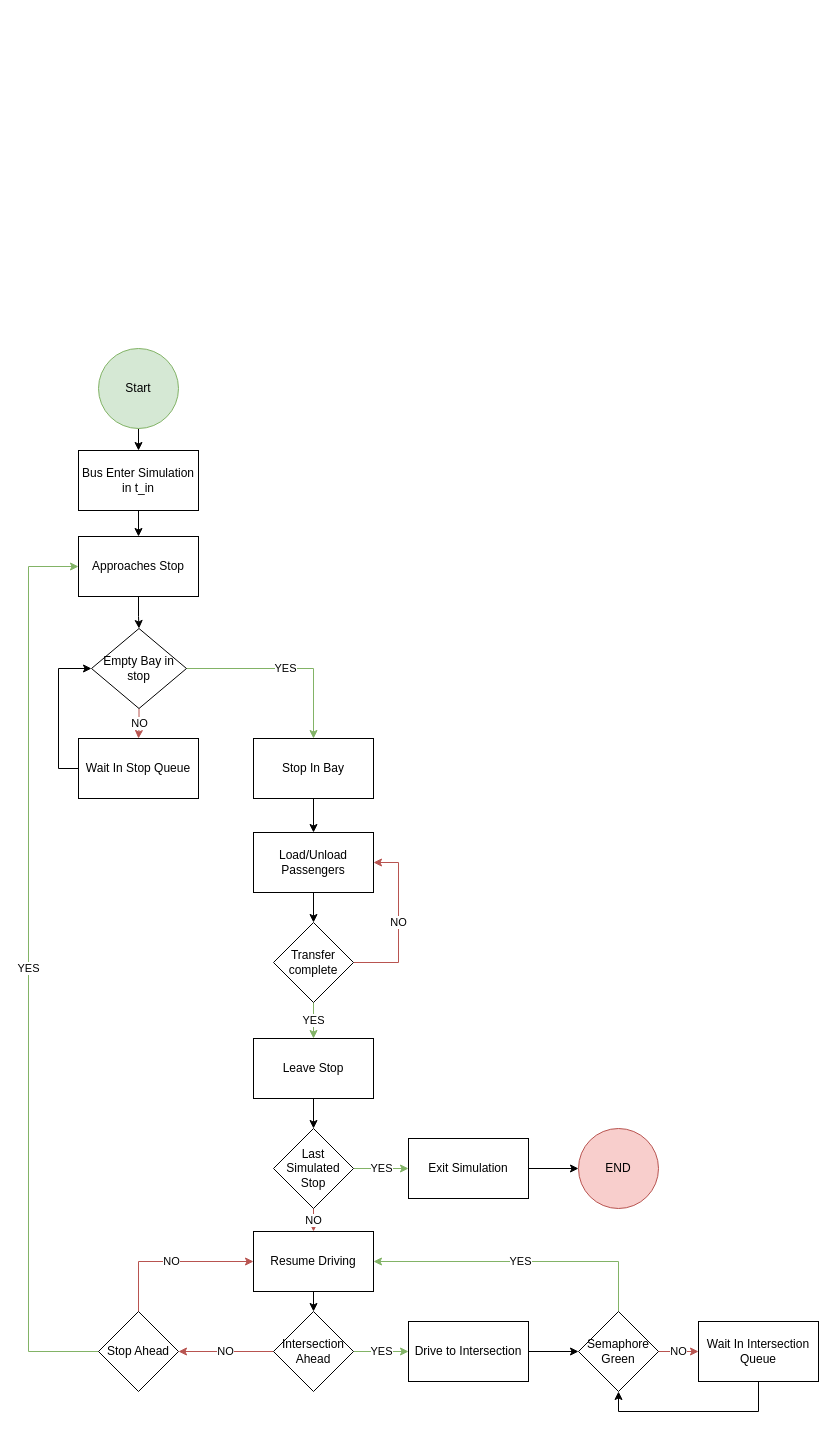
This is page "Flowchart (Bus)" (3 of 6) of Diagrams.drawio from SebastianGonzalezRP/SimVex, a draw.io file, before an edit. Source tidied: cells renumbered, new cells numbered last; positions are measured from the earlier drawing's top-left corner, leaving out a move shared by most shapes. Both pictures are drawn from the tidied source at 100%, with x=0, y=0 at pixel (28, 348).
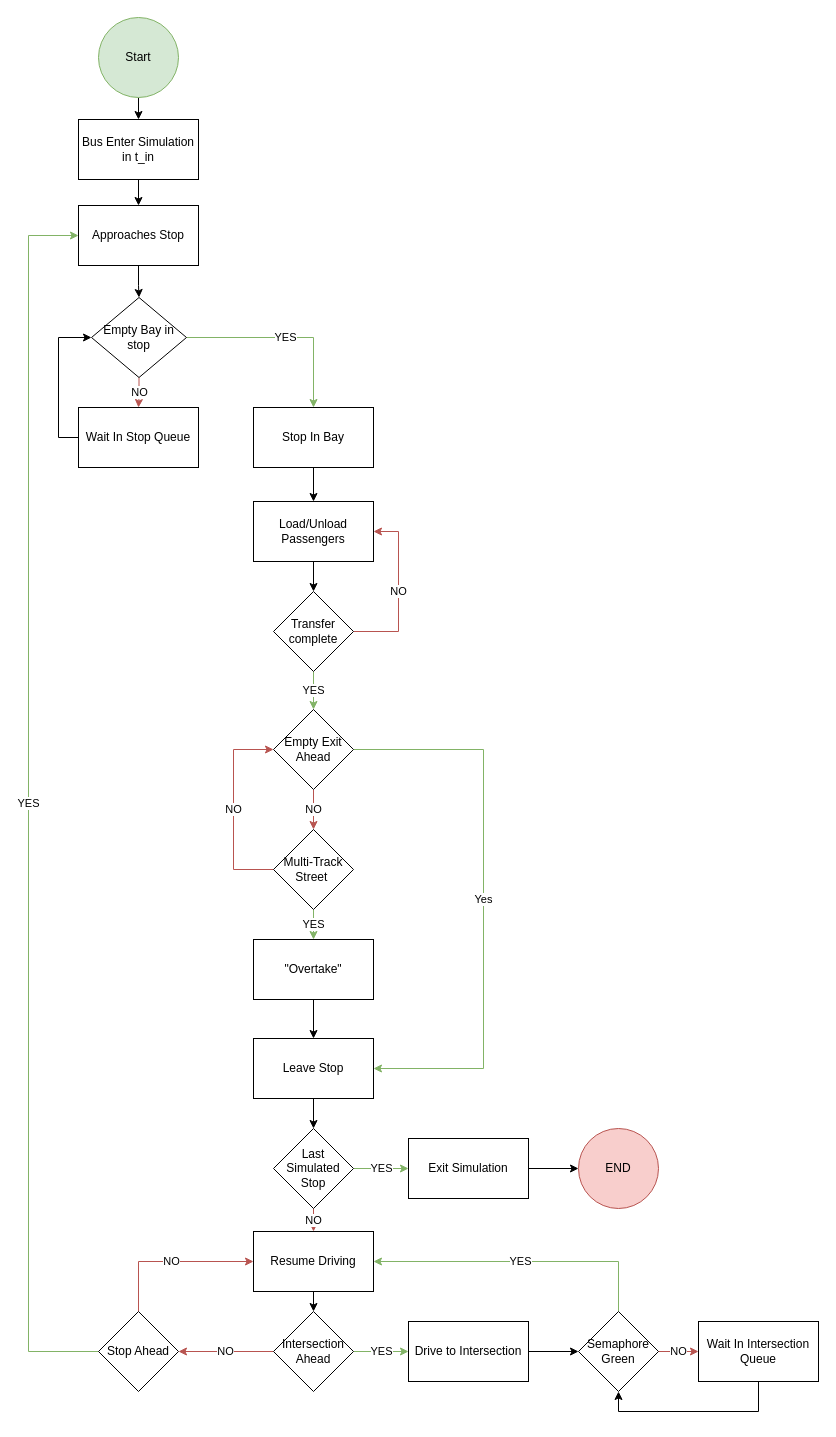
Above is the later version.

The change refers to these unchanged cells:
```xml
<mxCell id="21" value="Leave Stop" style="rounded=0;whiteSpace=wrap;html=1;" parent="1" vertex="1">
  <mxGeometry x="225" y="690" width="120" height="60" as="geometry" />
</mxCell>
<mxCell id="34" value="Stop Ahead" style="rhombus;whiteSpace=wrap;html=1;" parent="1" vertex="1">
  <mxGeometry x="70" y="963" width="80" height="80" as="geometry" />
</mxCell>
```

Change to the diagram source:
```diff
@@
     <mxCell id="3" value="Start" style="ellipse;whiteSpace=wrap;html=1;fillColor=#d5e8d4;strokeColor=#82b366;" parent="1" vertex="1">
-      <mxGeometry x="70" width="80" height="80" as="geometry" />
+      <mxGeometry x="70" y="-331" width="80" height="80" as="geometry" />
     </mxCell>
@@
     <mxCell id="5" value="Bus Enter Simulation in t_in" style="rounded=0;whiteSpace=wrap;html=1;" parent="1" vertex="1">
-      <mxGeometry x="50" y="102" width="120" height="60" as="geometry" />
+      <mxGeometry x="50" y="-229" width="120" height="60" as="geometry" />
     </mxCell>
@@
     <mxCell id="7" value="Approaches Stop" style="rounded=0;whiteSpace=wrap;html=1;" parent="1" vertex="1">
-      <mxGeometry x="50" y="188" width="120" height="60" as="geometry" />
+      <mxGeometry x="50" y="-143" width="120" height="60" as="geometry" />
     </mxCell>
@@
     <mxCell id="10" value="Empty Bay in stop" style="rhombus;whiteSpace=wrap;html=1;" parent="1" vertex="1">
-      <mxGeometry x="63" y="280" width="95" height="80" as="geometry" />
+      <mxGeometry x="63" y="-51" width="95" height="80" as="geometry" />
     </mxCell>
@@
     <mxCell id="12" value="Wait In Stop Queue" style="rounded=0;whiteSpace=wrap;html=1;" parent="1" vertex="1">
-      <mxGeometry x="50" y="390" width="120" height="60" as="geometry" />
+      <mxGeometry x="50" y="59" width="120" height="60" as="geometry" />
     </mxCell>
@@
     <mxCell id="14" value="Stop In Bay" style="rounded=0;whiteSpace=wrap;html=1;" parent="1" vertex="1">
-      <mxGeometry x="225" y="390" width="120" height="60" as="geometry" />
+      <mxGeometry x="225" y="59" width="120" height="60" as="geometry" />
     </mxCell>
@@
     <mxCell id="16" value="Load/Unload Passengers" style="rounded=0;whiteSpace=wrap;html=1;" parent="1" vertex="1">
-      <mxGeometry x="225" y="484" width="120" height="60" as="geometry" />
+      <mxGeometry x="225" y="153" width="120" height="60" as="geometry" />
     </mxCell>
     <mxCell id="17" value="NO" style="edgeStyle=orthogonalEdgeStyle;rounded=0;jettySize=auto;html=1;exitX=1;exitY=0.5;exitDx=0;exitDy=0;entryX=1;entryY=0.5;entryDx=0;entryDy=0;fillColor=#f8cecc;strokeColor=#b85450;" parent="1" edge="1" source="19" target="16">
       <mxGeometry relative="1" as="geometry">
         <Array as="points">
-          <mxPoint x="370" y="614" />
-          <mxPoint x="370" y="514" />
+          <mxPoint x="370" y="283" />
+          <mxPoint x="370" y="183" />
         </Array>
       </mxGeometry>
     </mxCell>
-    <mxCell id="18" value="YES" style="edgeStyle=orthogonalEdgeStyle;rounded=0;jettySize=auto;html=1;exitX=0.5;exitY=1;exitDx=0;exitDy=0;entryX=0.5;entryY=0;entryDx=0;entryDy=0;fillColor=#d5e8d4;strokeColor=#82b366;" parent="1" edge="1" source="19" target="21">
+    <mxCell id="18" value="YES" style="edgeStyle=orthogonalEdgeStyle;rounded=0;jettySize=auto;html=1;exitX=0.5;exitY=1;exitDx=0;exitDy=0;entryX=0.5;entryY=0;entryDx=0;entryDy=0;fillColor=#d5e8d4;strokeColor=#82b366;" parent="1" edge="1" source="19" target="45">
       <mxGeometry relative="1" as="geometry" />
     </mxCell>
     <mxCell id="19" value="Transfer complete" style="rhombus;whiteSpace=wrap;html=1;" parent="1" vertex="1">
-      <mxGeometry x="245" y="574" width="80" height="80" as="geometry" />
+      <mxGeometry x="245" y="243" width="80" height="80" as="geometry" />
     </mxCell>
@@
     <mxCell id="33" value="YES" style="edgeStyle=orthogonalEdgeStyle;rounded=0;jettySize=auto;html=1;exitX=0;exitY=0.5;exitDx=0;exitDy=0;entryX=0;entryY=0.5;entryDx=0;entryDy=0;fillColor=#d5e8d4;strokeColor=#82b366;" parent="1" edge="1" source="34" target="7">
       <mxGeometry relative="1" as="geometry">
         <Array as="points">
           <mxPoint y="1003" />
-          <mxPoint y="218" />
+          <mxPoint y="-113" />
         </Array>
       </mxGeometry>
     </mxCell>
@@
+    <mxCell id="43" value="NO" style="edgeStyle=orthogonalEdgeStyle;rounded=0;jettySize=auto;html=1;entryX=0.5;entryY=0;entryDx=0;entryDy=0;fillColor=#f8cecc;strokeColor=#b85450;" parent="1" edge="1" source="45" target="48">
+      <mxGeometry relative="1" as="geometry" />
+    </mxCell>
+    <mxCell id="44" value="Yes" style="edgeStyle=orthogonalEdgeStyle;rounded=0;jettySize=auto;html=1;entryX=1;entryY=0.5;entryDx=0;entryDy=0;fillColor=#d5e8d4;strokeColor=#82b366;" parent="1" edge="1" source="45" target="21">
+      <mxGeometry relative="1" as="geometry">
+        <Array as="points">
+          <mxPoint x="455" y="401" />
+          <mxPoint x="455" y="720" />
+        </Array>
+      </mxGeometry>
+    </mxCell>
+    <mxCell id="45" value="Empty Exit Ahead" style="rhombus;whiteSpace=wrap;html=1;" parent="1" vertex="1">
+      <mxGeometry x="245" y="361" width="80" height="80" as="geometry" />
+    </mxCell>
+    <mxCell id="46" value="YES" style="edgeStyle=orthogonalEdgeStyle;rounded=0;jettySize=auto;html=1;entryX=0.5;entryY=0;entryDx=0;entryDy=0;fillColor=#d5e8d4;strokeColor=#82b366;" parent="1" edge="1" source="48" target="50">
+      <mxGeometry relative="1" as="geometry" />
+    </mxCell>
+    <mxCell id="47" value="NO" style="edgeStyle=orthogonalEdgeStyle;rounded=0;jettySize=auto;html=1;entryX=0;entryY=0.5;entryDx=0;entryDy=0;fillColor=#f8cecc;strokeColor=#b85450;" parent="1" edge="1" source="48" target="45">
+      <mxGeometry relative="1" as="geometry">
+        <Array as="points">
+          <mxPoint x="205" y="521" />
+          <mxPoint x="205" y="401" />
+        </Array>
+      </mxGeometry>
+    </mxCell>
+    <mxCell id="48" value="Multi-Track Street&amp;nbsp;" style="rhombus;whiteSpace=wrap;html=1;" parent="1" vertex="1">
+      <mxGeometry x="245" y="481" width="80" height="80" as="geometry" />
+    </mxCell>
+    <mxCell id="49" style="edgeStyle=orthogonalEdgeStyle;rounded=0;jettySize=auto;html=1;entryX=0.5;entryY=0;entryDx=0;entryDy=0;" parent="1" edge="1" source="50" target="21">
+      <mxGeometry relative="1" as="geometry" />
+    </mxCell>
+    <mxCell id="50" value="&quot;Overtake&quot;" style="rounded=0;whiteSpace=wrap;html=1;" parent="1" vertex="1">
+      <mxGeometry x="225" y="591" width="120" height="60" as="geometry" />
+    </mxCell>
```
